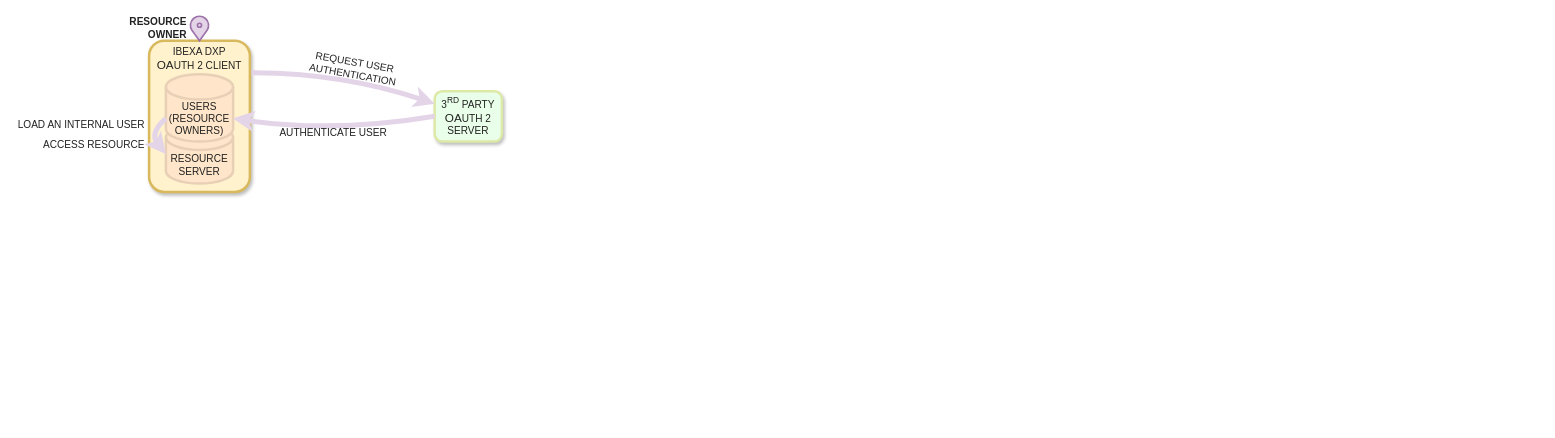
Earlier version of the draw.io diagram docs/users/diagram_source/oauth2-client.drawio (ibexa/documentation-developer). Source tidied: cells renumbered, new cells numbered last; positions are measured from the earlier drawing's top-left corner, leaving out a move shared by most shapes. Both pictures are drawn from the tidied source at 84%, with x=0, y=0 at pixel (14, 15).
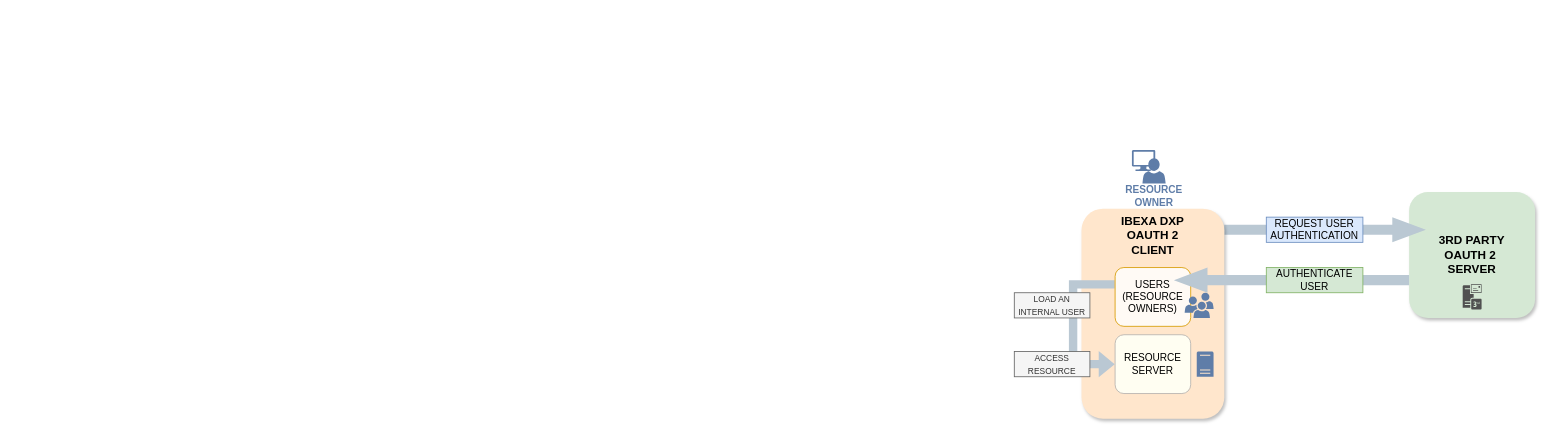
After the change.

Commit message (it also covers changes not shown here):
OAuth diagram styling

The edit, as a diff of the source:
```diff
@@
-    <mxCell id="2" value="&lt;font color=&quot;#222222&quot;&gt;IBEXA DXP&lt;br&gt;&lt;font style=&quot;font-size: 14px;&quot;&gt;OA&lt;/font&gt;UTH 2 CLIENT&lt;/font&gt;" style="rounded=1;whiteSpace=wrap;horizontal=1;verticalAlign=top;shadow=1;fillColor=#FFF2CC;strokeWidth=3;strokeColor=#D8B95D;html=1;" parent="1" vertex="1">
-      <mxGeometry x="160" y="30" width="120" height="180" as="geometry" />
-    </mxCell>
+    <mxCell id="14" value="3RD PARTY&lt;br&gt;OAUTH 2&amp;nbsp;&lt;br&gt;&lt;span style=&quot;background-color: initial; text-align: right;&quot;&gt;SERVER&lt;/span&gt;" style="rounded=1;whiteSpace=wrap;html=1;fontStyle=1;fontSize=14;fillColor=#d5e8d4;strokeColor=none;shadow=1;glass=0;verticalAlign=middle;" parent="1" vertex="1">
+      <mxGeometry x="1660" y="210" width="150" height="150" as="geometry" />
+    </mxCell>
+    <mxCell id="15" style="html=1;shadow=0;dashed=0;align=center;verticalAlign=middle;shape=mxgraph.arrows2.arrow;dy=0.6;dx=40;flipH=1;notch=0;fillColor=#bac8d3;strokeColor=none;rotation=-180;" parent="1" vertex="1">
+      <mxGeometry x="1440" y="240" width="240" height="30" as="geometry" />
+    </mxCell>
+    <mxCell id="6" value="&lt;font style=&quot;font-size: 12px;&quot;&gt;REQUEST USER&lt;br&gt;AUTHENTICATION&lt;/font&gt;" style="text;strokeColor=#6c8ebf;align=center;fillColor=#dae8fc;html=1;verticalAlign=middle;whiteSpace=wrap;rounded=0;" parent="1" vertex="1">
+      <mxGeometry x="1490" y="240" width="115" height="30" as="geometry" />
+    </mxCell>
+    <mxCell id="12" value="&lt;b&gt;&lt;font color=&quot;#5f7da8&quot;&gt;RESOURCE&lt;br&gt;&lt;/font&gt;&lt;/b&gt;&lt;div style=&quot;&quot;&gt;&lt;span style=&quot;background-color: initial;&quot;&gt;&lt;b&gt;&lt;font color=&quot;#5f7da8&quot;&gt;OWNER&lt;/font&gt;&lt;/b&gt;&lt;/span&gt;&lt;/div&gt;" style="text;strokeColor=none;align=center;fillColor=none;html=1;verticalAlign=middle;whiteSpace=wrap;rounded=0;" parent="1" vertex="1">
+      <mxGeometry x="1272.8" y="200" width="167.2" height="30" as="geometry" />
+    </mxCell>
+    <mxCell id="16" value="IBEXA DXP&lt;br style=&quot;border-color: var(--border-color);&quot;&gt;OAUTH 2&lt;br style=&quot;border-color: var(--border-color);&quot;&gt;CLIENT" style="rounded=1;whiteSpace=wrap;html=1;fontStyle=1;fontSize=14;fillColor=#ffe6cc;strokeColor=none;shadow=1;glass=0;verticalAlign=top;" parent="1" vertex="1">
+      <mxGeometry x="1270" y="230" width="170" height="250" as="geometry" />
+    </mxCell>
+    <mxCell id="17" style="sketch=0;shadow=0;dashed=0;html=1;strokeColor=none;fillColor=#505050;labelPosition=center;verticalLabelPosition=bottom;verticalAlign=top;align=center;shape=mxgraph.office.servers.3rd_party_mail_server;" parent="1" vertex="1">
+      <mxGeometry x="1723.8" y="320" width="22.5" height="30" as="geometry" />
+    </mxCell>
+    <mxCell id="18" style="edgeStyle=orthogonalEdgeStyle;rounded=0;jettySize=auto;html=1;shape=flexArrow;entryX=0;entryY=0.5;entryDx=0;entryDy=0;fillColor=#BAC8D3;strokeColor=none;" parent="1" edge="1" target="3">
+      <mxGeometry relative="1" as="geometry">
+        <mxPoint x="1310" y="320" as="sourcePoint" />
+        <Array as="points">
+          <mxPoint x="1260" y="320" />
+          <mxPoint x="1260" y="415" />
+        </Array>
+      </mxGeometry>
+    </mxCell>
+    <mxCell id="4" value="USERS&lt;br&gt;(RESOURCE&lt;br&gt;OWNERS)" style="rounded=1;whiteSpace=wrap;html=1;fillColor=#FFFAF5;strokeColor=#d79b00;" parent="1" vertex="1">
+      <mxGeometry x="1310" y="300" width="90" height="70" as="geometry" />
+    </mxCell>
+    <mxCell id="19" style="html=1;shadow=0;dashed=0;align=center;verticalAlign=middle;shape=mxgraph.arrows2.arrow;dy=0.6;dx=40;flipH=1;notch=0;fillColor=#BAC8D3;strokeColor=none;rotation=0;" parent="1" vertex="1">
+      <mxGeometry x="1380" y="300" width="280" height="30" as="geometry" />
+    </mxCell>
-    <mxCell id="3" value="&lt;font color=&quot;#222222&quot;&gt;RESOURCE SERVER&lt;/font&gt;" style="shape=cylinder3;whiteSpace=wrap;html=1;boundedLbl=1;backgroundOutline=1;size=15;fillColor=#ffe5c9;strokeColor=#E8D0B7;strokeWidth=3;" parent="1" vertex="1">
-      <mxGeometry x="180" y="130" width="80" height="70" as="geometry" />
+    <mxCell id="3" value="RESOURCE&lt;br&gt;SERVER" style="rounded=1;whiteSpace=wrap;html=1;fillColor=#FFFEF2;strokeColor=#B5B2AE;" parent="1" vertex="1">
+      <mxGeometry x="1310" y="380" width="90" height="70" as="geometry" />
     </mxCell>
-    <mxCell id="4" value="&lt;font color=&quot;#222222&quot;&gt;USERS&lt;br&gt;(RESOURCE OWNERS)&lt;/font&gt;" style="shape=cylinder3;whiteSpace=wrap;html=1;boundedLbl=1;backgroundOutline=1;size=15;fillColor=#ffe5c9;strokeColor=#E8D0B7;strokeWidth=3;" parent="1" vertex="1">
-      <mxGeometry x="180" y="70" width="80" height="80" as="geometry" />
-    </mxCell>
-    <mxCell id="5" value="&lt;font color=&quot;#222222&quot;&gt;3&lt;sup&gt;RD&lt;/sup&gt; PARTY&lt;br&gt;&lt;font style=&quot;font-size: 14px;&quot;&gt;OA&lt;/font&gt;UTH 2 SERVER&lt;/font&gt;" style="rounded=1;whiteSpace=wrap;html=1;shadow=1;fillColor=#EAFFE9;strokeWidth=3;strokeColor=#DDE9A7;" parent="1" vertex="1">
-      <mxGeometry x="500" y="90" width="80" height="60" as="geometry" />
-    </mxCell>
-    <mxCell id="6" value="&lt;font color=&quot;#222222&quot;&gt;REQUEST USER AUTHENTICATION&lt;/font&gt;" style="text;html=1;align=center;verticalAlign=middle;whiteSpace=wrap;rounded=0;rotation=10;" parent="1" vertex="1">
-      <mxGeometry x="374" y="48" width="60" height="30" as="geometry" />
-    </mxCell>
-    <mxCell id="7" value="&lt;p style=&quot;line-height: 200%;&quot;&gt;&lt;font color=&quot;#222222&quot;&gt;LOAD AN INTERNAL USER&lt;br&gt;ACCESS RESOURCE&lt;/font&gt;&lt;/p&gt;" style="text;html=1;align=right;verticalAlign=middle;whiteSpace=wrap;rounded=0;" parent="1" vertex="1">
-      <mxGeometry y="126" width="157" height="30" as="geometry" />
-    </mxCell>
-    <mxCell id="8" style="endArrow=classic;html=1;rounded=0;exitX=1.017;exitY=0.211;exitDx=0;exitDy=0;exitPerimeter=0;entryX=0;entryY=0.25;entryDx=0;entryDy=0;curved=1;strokeColor=#E4D4E8;strokeWidth=6;" parent="1" edge="1" source="2" target="5">
-      <mxGeometry relative="1" as="geometry">
-        <Array as="points">
-          <mxPoint x="390" y="68" />
-        </Array>
-      </mxGeometry>
-    </mxCell>
-    <mxCell id="9" style="endArrow=classic;html=1;rounded=0;exitX=0;exitY=0.5;exitDx=0;exitDy=0;entryX=1;entryY=0;entryDx=0;entryDy=52.5;entryPerimeter=0;curved=1;strokeColor=#E4D4E8;strokeWidth=6;" parent="1" edge="1" source="5" target="4">
-      <mxGeometry relative="1" as="geometry">
-        <Array as="points">
-          <mxPoint x="380" y="140" />
-        </Array>
-      </mxGeometry>
-    </mxCell>
-    <mxCell id="10" style="endArrow=classic;html=1;rounded=0;exitX=0;exitY=0;exitDx=0;exitDy=52.5;exitPerimeter=0;entryX=0;entryY=0.5;entryDx=0;entryDy=0;entryPerimeter=0;curved=1;strokeColor=#E4D4E8;strokeWidth=6;" parent="1" edge="1" source="4" target="3">
-      <mxGeometry relative="1" as="geometry">
-        <Array as="points">
-          <mxPoint x="160" y="140" />
-        </Array>
-      </mxGeometry>
-    </mxCell>
-    <mxCell id="11" style="html=1;verticalLabelPosition=bottom;align=center;labelBackgroundColor=#ffffff;verticalAlign=top;strokeWidth=2;strokeColor=#9D73AA;shadow=0;dashed=0;shape=mxgraph.ios7.icons.location;fillColor=#E4D4E8;" parent="1" vertex="1">
-      <mxGeometry x="208" width="24" height="30" as="geometry" />
-    </mxCell>
-    <mxCell id="12" value="&lt;font color=&quot;#222222&quot;&gt;RESOURCE OWNER&lt;/font&gt;" style="text;html=1;align=right;verticalAlign=middle;whiteSpace=wrap;rounded=0;fontStyle=1;" parent="1" vertex="1">
-      <mxGeometry x="110" width="97" height="30" as="geometry" />
-    </mxCell>
+    <mxCell id="20" style="sketch=0;shadow=0;dashed=0;html=1;strokeColor=none;labelPosition=center;verticalLabelPosition=bottom;verticalAlign=top;align=center;shape=mxgraph.office.users.users;fillColor=#5F7DA8;" parent="1" vertex="1">
+      <mxGeometry x="1392.8" y="330" width="34.5" height="30" as="geometry" />
+    </mxCell>
+    <mxCell id="21" style="sketch=0;shadow=0;dashed=0;html=1;strokeColor=none;labelPosition=center;verticalLabelPosition=bottom;verticalAlign=top;align=center;shape=mxgraph.office.servers.server_generic;fillColor=#5F7DA8;" parent="1" vertex="1">
+      <mxGeometry x="1407.2" y="400" width="20" height="30" as="geometry" />
+    </mxCell>
-    <mxCell id="13" value="&lt;font color=&quot;#222222&quot;&gt;AUTHENTICATE USER&lt;/font&gt;" style="text;html=1;align=center;verticalAlign=middle;whiteSpace=wrap;rounded=0;" parent="1" vertex="1">
-      <mxGeometry x="311" y="125" width="137" height="30" as="geometry" />
+    <mxCell id="13" value="&lt;font style=&quot;font-size: 12px;&quot;&gt;AUTHENTICATE&lt;br&gt;USER&lt;br&gt;&lt;/font&gt;" style="text;strokeColor=#82b366;align=center;fillColor=#d5e8d4;html=1;verticalAlign=middle;whiteSpace=wrap;rounded=0;" parent="1" vertex="1">
+      <mxGeometry x="1490" y="300" width="115" height="30" as="geometry" />
     </mxCell>
+    <mxCell id="22" value="&lt;font style=&quot;font-size: 10px;&quot;&gt;LOAD AN&lt;br&gt;INTERNAL USER&lt;/font&gt;" style="text;strokeColor=#666666;align=center;fillColor=#f5f5f5;html=1;verticalAlign=middle;whiteSpace=wrap;rounded=0;fontColor=#333333;" parent="1" vertex="1">
+      <mxGeometry x="1190" y="330" width="90" height="30" as="geometry" />
+    </mxCell>
+    <mxCell id="23" value="&lt;span style=&quot;font-size: 10px;&quot;&gt;ACCESS&lt;br&gt;&lt;/span&gt;&lt;font style=&quot;font-size: 10px;&quot;&gt;RESOURCE&lt;/font&gt;" style="text;strokeColor=#666666;align=center;fillColor=#f5f5f5;html=1;verticalAlign=middle;whiteSpace=wrap;rounded=0;fontColor=#333333;" parent="1" vertex="1">
+      <mxGeometry x="1190" y="400" width="90" height="30" as="geometry" />
+    </mxCell>
+    <mxCell id="24" style="sketch=0;shadow=0;dashed=0;html=1;strokeColor=none;fillColor=#5F7DA8;labelPosition=center;verticalLabelPosition=bottom;verticalAlign=top;align=center;shape=mxgraph.office.users.user;fontColor=#5F7DA8;" parent="1" vertex="1">
+      <mxGeometry x="1342.6" y="170" width="27.6" height="30" as="geometry" />
+    </mxCell>
+    <mxCell id="25" style="sketch=0;shadow=0;dashed=0;html=1;strokeColor=none;labelPosition=center;verticalLabelPosition=bottom;verticalAlign=top;align=center;fillColor=#5F7DA8;shape=mxgraph.azure.computer;" parent="1" vertex="1">
+      <mxGeometry x="1330" y="160" width="27.8" height="25" as="geometry" />
+    </mxCell>
```
